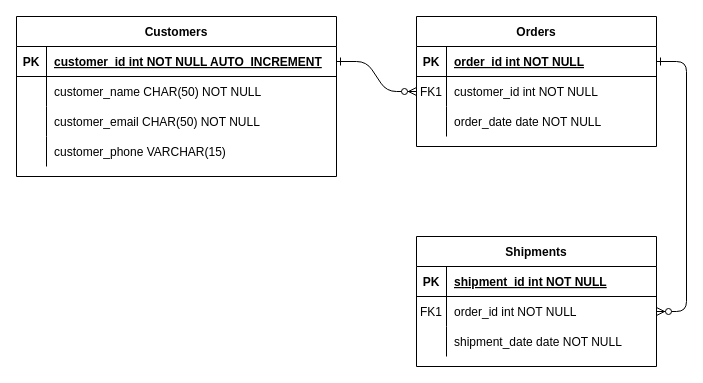
Daoist-W/KATA keeps this draw.io diagram as QA/JDBC/tutorial/baby-amazon.drawio. Above is the earlier version. Source tidied: cells renumbered, new cells numbered last; positions are measured from the earlier drawing's top-left corner, leaving out a move shared by most shapes. Both pictures are drawn from the tidied source at 100%, with x=0, y=0 at pixel (16, 16).
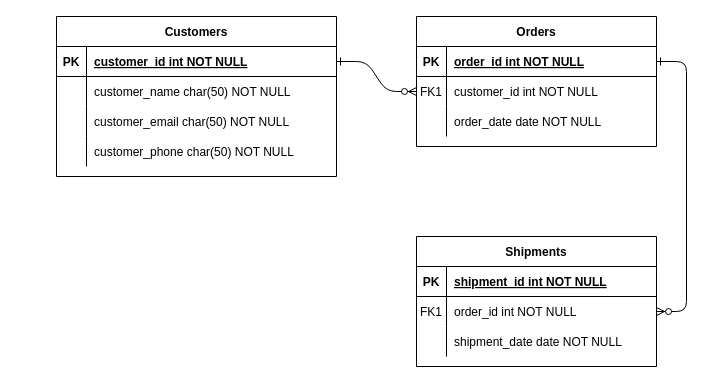
After the change.

What changed in the source:
```diff
@@
     <mxCell id="24" value="Customers" style="shape=table;startSize=30;childLayout=tableLayout;rowLines=0;fontStyle=1;align=center;" parent="1" vertex="1">
-      <mxGeometry width="320" height="160" as="geometry" />
+      <mxGeometry x="40" width="280" height="160" as="geometry" />
     </mxCell>
     <mxCell id="25" style="shape=partialRectangle;fillColor=none;points=[[0,0.5],[1,0.5]];portConstraint=eastwest;top=0;left=0;right=0;bottom=1;" parent="24" vertex="1">
-      <mxGeometry y="30" width="320" height="30" as="geometry" />
+      <mxGeometry y="30" width="280" height="30" as="geometry" />
     </mxCell>
@@
-    <mxCell id="27" value="customer_id int NOT NULL AUTO_INCREMENT" style="shape=partialRectangle;overflow=hidden;fillColor=none;top=0;left=0;bottom=0;right=0;align=left;spacingLeft=6;fontStyle=5;" parent="25" vertex="1">
-      <mxGeometry x="30" width="290" height="30" as="geometry" />
+    <mxCell id="27" value="customer_id int NOT NULL " style="shape=partialRectangle;overflow=hidden;fillColor=none;top=0;left=0;bottom=0;right=0;align=left;spacingLeft=6;fontStyle=5;" parent="25" vertex="1">
+      <mxGeometry x="30" width="250" height="30" as="geometry" />
     </mxCell>
     <mxCell id="28" style="shape=partialRectangle;fillColor=none;top=0;left=0;right=0;bottom=0;" parent="24" vertex="1">
-      <mxGeometry y="60" width="320" height="30" as="geometry" />
+      <mxGeometry y="60" width="280" height="30" as="geometry" />
     </mxCell>
@@
-    <mxCell id="30" value="customer_name CHAR(50) NOT NULL" style="shape=partialRectangle;overflow=hidden;fillColor=none;top=0;left=0;bottom=0;right=0;align=left;spacingLeft=6;" parent="28" vertex="1">
-      <mxGeometry x="30" width="290" height="30" as="geometry" />
+    <mxCell id="30" value="customer_name char(50) NOT NULL" style="shape=partialRectangle;overflow=hidden;fillColor=none;top=0;left=0;bottom=0;right=0;align=left;spacingLeft=6;" parent="28" vertex="1">
+      <mxGeometry x="30" width="250" height="30" as="geometry" />
     </mxCell>
     <mxCell id="31" style="shape=partialRectangle;fillColor=none;top=0;left=0;right=0;bottom=0;" parent="24" vertex="1">
-      <mxGeometry y="90" width="320" height="30" as="geometry" />
+      <mxGeometry y="90" width="280" height="30" as="geometry" />
     </mxCell>
@@
-    <mxCell id="33" value="customer_email CHAR(50) NOT NULL" style="shape=partialRectangle;overflow=hidden;fillColor=none;top=0;left=0;bottom=0;right=0;align=left;spacingLeft=6;" parent="31" vertex="1">
-      <mxGeometry x="30" width="290" height="30" as="geometry" />
+    <mxCell id="33" value="customer_email char(50) NOT NULL" style="shape=partialRectangle;overflow=hidden;fillColor=none;top=0;left=0;bottom=0;right=0;align=left;spacingLeft=6;" parent="31" vertex="1">
+      <mxGeometry x="30" width="250" height="30" as="geometry" />
     </mxCell>
     <mxCell id="34" style="shape=partialRectangle;fillColor=none;top=0;left=0;right=0;bottom=0;" parent="24" vertex="1">
-      <mxGeometry y="120" width="320" height="30" as="geometry" />
+      <mxGeometry y="120" width="280" height="30" as="geometry" />
     </mxCell>
@@
-    <mxCell id="36" value="customer_phone VARCHAR(15)" style="shape=partialRectangle;overflow=hidden;fillColor=none;top=0;left=0;bottom=0;right=0;align=left;spacingLeft=6;" parent="34" vertex="1">
-      <mxGeometry x="30" width="290" height="30" as="geometry" />
+    <mxCell id="36" value="customer_phone char(50) NOT NULL" style="shape=partialRectangle;overflow=hidden;fillColor=none;top=0;left=0;bottom=0;right=0;align=left;spacingLeft=6;" parent="34" vertex="1">
+      <mxGeometry x="30" width="250" height="30" as="geometry" />
     </mxCell>
```
